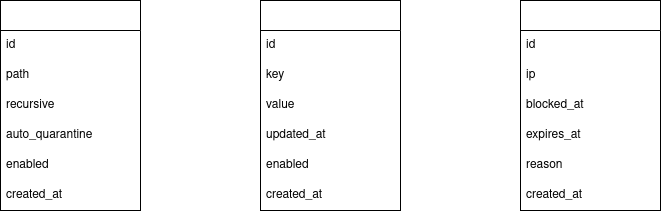
The draw.io diagram presentation/assets/table design/table design(1).png in Abisin-Raj/flow, before a commit. Source tidied: cells renumbered, new cells last; positions are measured from the earlier drawing's top-left corner, leaving out a move shared by most shapes.
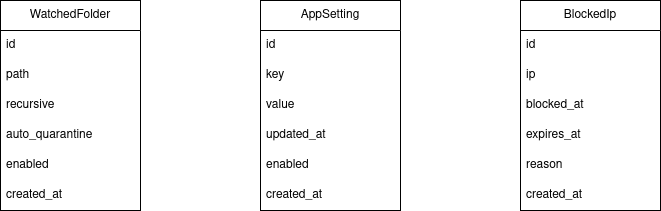
The same diagram one commit later.

Commit message:
style: update table design image

The edit, as a diff of the source:
```diff
@@ -2,7 +2,7 @@
   <root>
     <mxCell id="0" />
     <mxCell id="1" parent="0" />
-    <mxCell id="2" value="WatchedFolder" style="swimlane;fontStyle=0;horizontal=1;startSize=30;fillColor=none;swimlaneFillColor=none;swimlaneLine=1;fontColor=#FFFFFF;whiteSpace=wrap;" parent="1" vertex="1">
+    <mxCell id="2" value="WatchedFolder" style="swimlane;fontStyle=0;horizontal=1;startSize=30;fillColor=none;swimlaneFillColor=none;swimlaneLine=1;fontColor=#000000;whiteSpace=wrap;" parent="1" vertex="1">
       <mxGeometry width="140" height="210" as="geometry" />
     </mxCell>
     <mxCell id="3" value="id" style="text;align=left;verticalAlign=middle;spacingLeft=4;spacingRight=4;overflow=hidden;fillColor=none;swimlaneFillColor=none;swimlaneLine=1;fontColor=#000000;whiteSpace=wrap;" parent="2" vertex="1">
@@ -23,7 +23,7 @@
     <mxCell id="8" value="created_at" style="text;align=left;verticalAlign=middle;spacingLeft=4;spacingRight=4;overflow=hidden;fillColor=none;swimlaneFillColor=none;swimlaneLine=1;fontColor=#000000;whiteSpace=wrap;" parent="2" vertex="1">
       <mxGeometry y="180" width="140" height="30" as="geometry" />
     </mxCell>
-    <mxCell id="9" value="AppSetting" style="swimlane;fontStyle=0;horizontal=1;startSize=30;fillColor=none;swimlaneFillColor=none;swimlaneLine=1;fontColor=#FFFFFF;whiteSpace=wrap;" parent="1" vertex="1">
+    <mxCell id="9" value="AppSetting" style="swimlane;fontStyle=0;horizontal=1;startSize=30;fillColor=none;swimlaneFillColor=none;swimlaneLine=1;fontColor=light-dark(#000000, #121212);whiteSpace=wrap;" parent="1" vertex="1">
       <mxGeometry x="260" width="140" height="210" as="geometry" />
     </mxCell>
     <mxCell id="10" value="id" style="text;align=left;verticalAlign=middle;spacingLeft=4;spacingRight=4;overflow=hidden;fillColor=none;swimlaneFillColor=none;swimlaneLine=1;fontColor=#000000;whiteSpace=wrap;" parent="9" vertex="1">
@@ -44,7 +44,7 @@
     <mxCell id="15" value="created_at" style="text;align=left;verticalAlign=middle;spacingLeft=4;spacingRight=4;overflow=hidden;fillColor=none;swimlaneFillColor=none;swimlaneLine=1;fontColor=#000000;whiteSpace=wrap;" parent="9" vertex="1">
       <mxGeometry y="180" width="140" height="30" as="geometry" />
     </mxCell>
-    <mxCell id="16" value="BlockedIp" style="swimlane;fontStyle=0;horizontal=1;startSize=30;fillColor=none;swimlaneFillColor=none;swimlaneLine=1;fontColor=#FFFFFF;whiteSpace=wrap;" parent="1" vertex="1">
+    <mxCell id="16" value="BlockedIp" style="swimlane;fontStyle=0;horizontal=1;startSize=30;fillColor=none;swimlaneFillColor=none;swimlaneLine=1;fontColor=light-dark(#000000, #121212);whiteSpace=wrap;" parent="1" vertex="1">
       <mxGeometry x="520" width="140" height="210" as="geometry" />
     </mxCell>
     <mxCell id="17" value="id" style="text;align=left;verticalAlign=middle;spacingLeft=4;spacingRight=4;overflow=hidden;fillColor=none;swimlaneFillColor=none;swimlaneLine=1;fontColor=#000000;whiteSpace=wrap;" parent="16" vertex="1">
```
